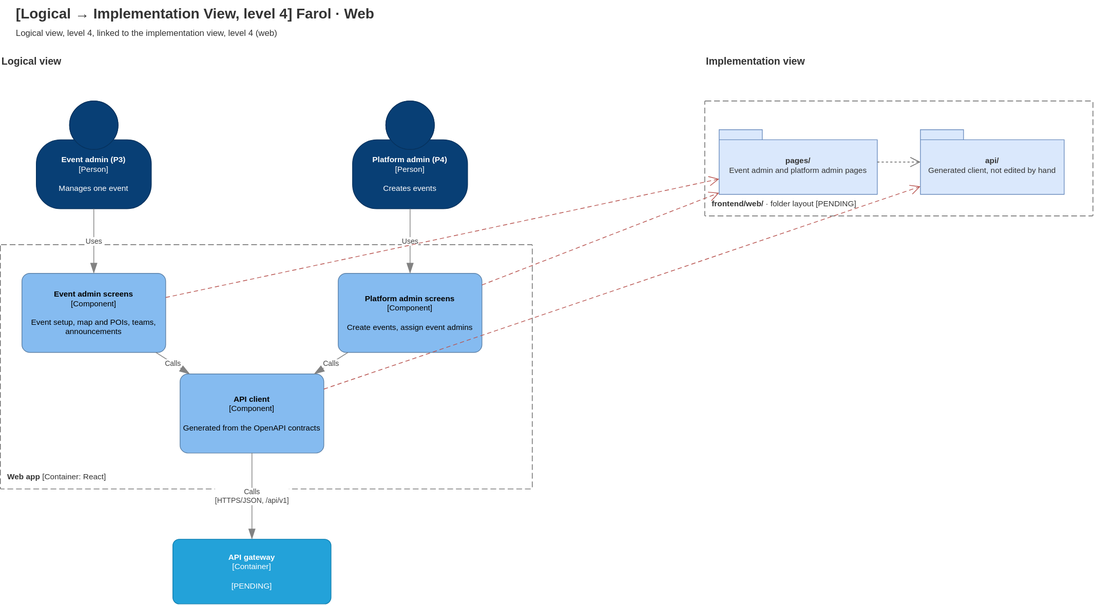
The draw.io diagram Docs/Technical/diagrams/mapping-logical-implementation-level-4-web.drawio.svg in tomasoliveira21/LABDSOF, before a commit. Source tidied: cells renumbered, new cells last; positions are measured from the earlier drawing's top-left corner, leaving out a move shared by most shapes.
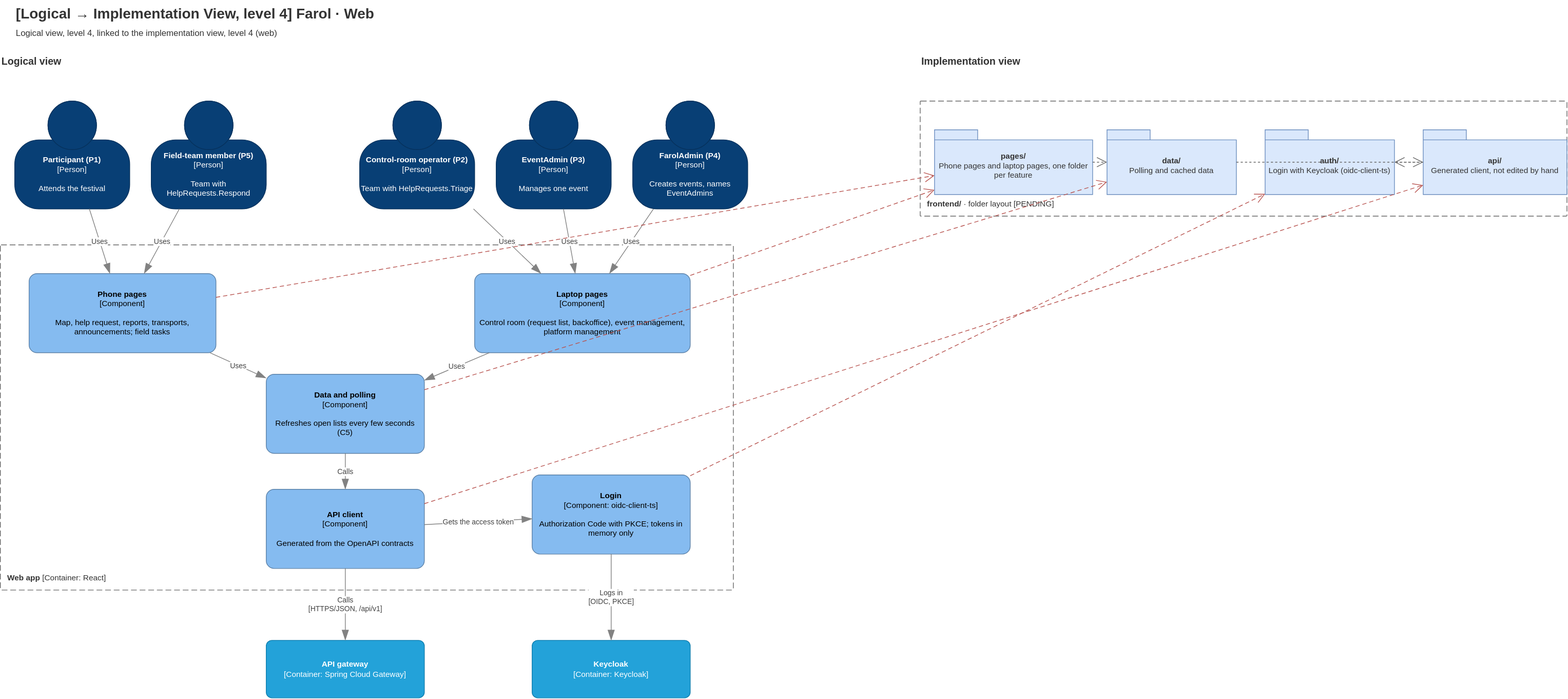
Above is the later version.

What changed in the source:
```diff
@@ -9,62 +9,116 @@
       <mxGeometry y="70" width="400" height="30" as="geometry" />
     </mxCell>
     <mxCell id="4" value="&lt;b&gt;Implementation view&lt;/b&gt;" style="text;html=1;align=left;verticalAlign=middle;fontSize=14;fontColor=#333333;" parent="1" vertex="1">
-      <mxGeometry x="980" y="70" width="400" height="30" as="geometry" />
+      <mxGeometry x="1280" y="70" width="400" height="30" as="geometry" />
     </mxCell>
+    <mxCell id="7" value="&lt;b&gt;Web app&lt;/b&gt; [Container: React]" style="rounded=1;arcSize=2;absoluteArcSize=1;whiteSpace=wrap;html=1;dashed=1;dashPattern=8 4;fillColor=none;strokeColor=#666666;fontColor=#333333;align=left;verticalAlign=bottom;spacing=10;fontSize=11;" parent="1" vertex="1">
+      <mxGeometry y="340" width="1020" height="480" as="geometry" />
+    </mxCell>
+    <mxCell id="24" value="&lt;b&gt;Participant (P1)&lt;/b&gt;&lt;div&gt;[Person]&lt;/div&gt;&lt;br&gt;&lt;div&gt;Attends the festival&lt;/div&gt;" style="html=1;fontSize=11;whiteSpace=wrap;fillColor=#083F75;strokeColor=#06315C;fontColor=#ffffff;shape=mxgraph.c4.person2;align=center;" parent="1" vertex="1">
+      <mxGeometry x="20" y="140" width="160" height="150" as="geometry" />
+    </mxCell>
+    <mxCell id="25" value="&lt;b&gt;Field-team member (P5)&lt;/b&gt;&lt;div&gt;[Person]&lt;/div&gt;&lt;br&gt;&lt;div&gt;Team with HelpRequests.Respond&lt;/div&gt;" style="html=1;fontSize=11;whiteSpace=wrap;fillColor=#083F75;strokeColor=#06315C;fontColor=#ffffff;shape=mxgraph.c4.person2;align=center;" parent="1" vertex="1">
+      <mxGeometry x="210" y="140" width="160" height="150" as="geometry" />
+    </mxCell>
+    <mxCell id="26" value="&lt;b&gt;Control-room operator (P2)&lt;/b&gt;&lt;div&gt;[Person]&lt;/div&gt;&lt;br&gt;&lt;div&gt;Team with HelpRequests.Triage&lt;/div&gt;" style="html=1;fontSize=11;whiteSpace=wrap;fillColor=#083F75;strokeColor=#06315C;fontColor=#ffffff;shape=mxgraph.c4.person2;align=center;" parent="1" vertex="1">
+      <mxGeometry x="500" y="140" width="160" height="150" as="geometry" />
+    </mxCell>
-    <mxCell id="5" value="&lt;b&gt;Event admin (P3)&lt;/b&gt;&lt;div&gt;[Person]&lt;/div&gt;&lt;br&gt;&lt;div&gt;Manages one event&lt;/div&gt;" style="html=1;fontSize=11;whiteSpace=wrap;fillColor=#083F75;strokeColor=#06315C;fontColor=#ffffff;shape=mxgraph.c4.person2;align=center;" parent="1" vertex="1">
-      <mxGeometry x="50" y="140" width="160" height="150" as="geometry" />
+    <mxCell id="5" value="&lt;b&gt;EventAdmin (P3)&lt;/b&gt;&lt;div&gt;[Person]&lt;/div&gt;&lt;br&gt;&lt;div&gt;Manages one event&lt;/div&gt;" style="html=1;fontSize=11;whiteSpace=wrap;fillColor=#083F75;strokeColor=#06315C;fontColor=#ffffff;shape=mxgraph.c4.person2;align=center;" parent="1" vertex="1">
+      <mxGeometry x="690" y="140" width="160" height="150" as="geometry" />
     </mxCell>
-    <mxCell id="6" value="&lt;b&gt;Platform admin (P4)&lt;/b&gt;&lt;div&gt;[Person]&lt;/div&gt;&lt;br&gt;&lt;div&gt;Creates events&lt;/div&gt;" style="html=1;fontSize=11;whiteSpace=wrap;fillColor=#083F75;strokeColor=#06315C;fontColor=#ffffff;shape=mxgraph.c4.person2;align=center;" parent="1" vertex="1">
-      <mxGeometry x="490" y="140" width="160" height="150" as="geometry" />
+    <mxCell id="6" value="&lt;b&gt;FarolAdmin (P4)&lt;/b&gt;&lt;div&gt;[Person]&lt;/div&gt;&lt;br&gt;&lt;div&gt;Creates events, names EventAdmins&lt;/div&gt;" style="html=1;fontSize=11;whiteSpace=wrap;fillColor=#083F75;strokeColor=#06315C;fontColor=#ffffff;shape=mxgraph.c4.person2;align=center;" parent="1" vertex="1">
+      <mxGeometry x="880" y="140" width="160" height="150" as="geometry" />
     </mxCell>
-    <mxCell id="7" value="&lt;b&gt;Web app&lt;/b&gt; [Container: React]" style="rounded=1;arcSize=2;absoluteArcSize=1;whiteSpace=wrap;html=1;dashed=1;dashPattern=8 4;fillColor=none;strokeColor=#666666;fontColor=#333333;align=left;verticalAlign=bottom;spacing=10;fontSize=11;" parent="1" vertex="1">
-      <mxGeometry y="340" width="740" height="340" as="geometry" />
-    </mxCell>
-    <mxCell id="8" value="&lt;b&gt;Event admin screens&lt;/b&gt;&lt;div&gt;[Component]&lt;/div&gt;&lt;br&gt;&lt;div&gt;Event setup, map and POIs, teams, announcements&lt;/div&gt;" style="rounded=1;whiteSpace=wrap;html=1;fillColor=#85BBF0;fontColor=#000000;arcSize=10;strokeColor=#5D82A8;fontSize=11;" parent="1" vertex="1">
-      <mxGeometry x="30" y="380" width="200" height="110" as="geometry" />
-    </mxCell>
-    <mxCell id="9" value="&lt;b&gt;Platform admin screens&lt;/b&gt;&lt;div&gt;[Component]&lt;/div&gt;&lt;br&gt;&lt;div&gt;Create events, assign event admins&lt;/div&gt;" style="rounded=1;whiteSpace=wrap;html=1;fillColor=#85BBF0;fontColor=#000000;arcSize=10;strokeColor=#5D82A8;fontSize=11;" parent="1" vertex="1">
-      <mxGeometry x="470" y="380" width="200" height="110" as="geometry" />
-    </mxCell>
+    <mxCell id="27" value="&lt;b&gt;Phone pages&lt;/b&gt;&lt;div&gt;[Component]&lt;/div&gt;&lt;br&gt;&lt;div&gt;Map, help request, reports, transports, announcements; field tasks&lt;/div&gt;" style="rounded=1;whiteSpace=wrap;html=1;fillColor=#85BBF0;fontColor=#000000;arcSize=10;strokeColor=#5D82A8;fontSize=11;" parent="1" vertex="1">
+      <mxGeometry x="40" y="380" width="260" height="110" as="geometry" />
+    </mxCell>
+    <mxCell id="28" value="&lt;b&gt;Laptop pages&lt;/b&gt;&lt;div&gt;[Component]&lt;/div&gt;&lt;br&gt;&lt;div&gt;Control room (request list, backoffice), event management, platform management&lt;/div&gt;" style="rounded=1;whiteSpace=wrap;html=1;fillColor=#85BBF0;fontColor=#000000;arcSize=10;strokeColor=#5D82A8;fontSize=11;" parent="1" vertex="1">
+      <mxGeometry x="660" y="380" width="300" height="110" as="geometry" />
+    </mxCell>
+    <mxCell id="29" value="&lt;b&gt;Data and polling&lt;/b&gt;&lt;div&gt;[Component]&lt;/div&gt;&lt;br&gt;&lt;div&gt;Refreshes open lists every few seconds (C5)&lt;/div&gt;" style="rounded=1;whiteSpace=wrap;html=1;fillColor=#85BBF0;fontColor=#000000;arcSize=10;strokeColor=#5D82A8;fontSize=11;" parent="1" vertex="1">
+      <mxGeometry x="370" y="520" width="220" height="110" as="geometry" />
+    </mxCell>
+    <mxCell id="30" value="&lt;b&gt;Login&lt;/b&gt;&lt;div&gt;[Component: oidc-client-ts]&lt;/div&gt;&lt;br&gt;&lt;div&gt;Authorization Code with PKCE; tokens in memory only&lt;/div&gt;" style="rounded=1;whiteSpace=wrap;html=1;fillColor=#85BBF0;fontColor=#000000;arcSize=10;strokeColor=#5D82A8;fontSize=11;" parent="1" vertex="1">
+      <mxGeometry x="740" y="660" width="220" height="110" as="geometry" />
+    </mxCell>
     <mxCell id="10" value="&lt;b&gt;API client&lt;/b&gt;&lt;div&gt;[Component]&lt;/div&gt;&lt;br&gt;&lt;div&gt;Generated from the OpenAPI contracts&lt;/div&gt;" style="rounded=1;whiteSpace=wrap;html=1;fillColor=#85BBF0;fontColor=#000000;arcSize=10;strokeColor=#5D82A8;fontSize=11;" parent="1" vertex="1">
-      <mxGeometry x="250" y="520" width="200" height="110" as="geometry" />
+      <mxGeometry x="370" y="680" width="220" height="110" as="geometry" />
     </mxCell>
-    <mxCell id="11" value="&lt;b&gt;API gateway&lt;/b&gt;&lt;div&gt;[Container]&lt;/div&gt;&lt;br&gt;&lt;div&gt;[PENDING]&lt;/div&gt;" style="rounded=1;whiteSpace=wrap;html=1;fillColor=#23A2D9;fontColor=#ffffff;arcSize=10;strokeColor=#0E7DAD;fontSize=11;" parent="1" vertex="1">
-      <mxGeometry x="240" y="750" width="220" height="90" as="geometry" />
+    <mxCell id="11" value="&lt;b&gt;API gateway&lt;/b&gt;&lt;div&gt;[Container: Spring Cloud Gateway]&lt;/div&gt;" style="rounded=1;whiteSpace=wrap;html=1;fillColor=#23A2D9;fontColor=#ffffff;arcSize=10;strokeColor=#0E7DAD;fontSize=11;" parent="1" vertex="1">
+      <mxGeometry x="370" y="890" width="220" height="80" as="geometry" />
     </mxCell>
-    <mxCell id="12" value="Uses" style="endArrow=blockThin;html=1;fontSize=10;fontColor=#404040;endFill=1;strokeColor=#828282;endSize=12;rounded=0;labelBackgroundColor=#ffffff;" parent="1" edge="1" source="5" target="8">
-      <mxGeometry relative="1" as="geometry" />
-    </mxCell>
-    <mxCell id="13" value="Uses" style="endArrow=blockThin;html=1;fontSize=10;fontColor=#404040;endFill=1;strokeColor=#828282;endSize=12;rounded=0;labelBackgroundColor=#ffffff;" parent="1" edge="1" source="6" target="9">
-      <mxGeometry relative="1" as="geometry" />
-    </mxCell>
-    <mxCell id="14" value="Calls" style="endArrow=blockThin;html=1;fontSize=10;fontColor=#404040;endFill=1;strokeColor=#828282;endSize=12;rounded=0;labelBackgroundColor=#ffffff;" parent="1" edge="1" source="8" target="10">
-      <mxGeometry relative="1" as="geometry" />
-    </mxCell>
-    <mxCell id="15" value="Calls" style="endArrow=blockThin;html=1;fontSize=10;fontColor=#404040;endFill=1;strokeColor=#828282;endSize=12;rounded=0;labelBackgroundColor=#ffffff;" parent="1" edge="1" source="9" target="10">
-      <mxGeometry relative="1" as="geometry" />
-    </mxCell>
+    <mxCell id="31" value="&lt;b&gt;Keycloak&lt;/b&gt;&lt;div&gt;[Container: Keycloak]&lt;/div&gt;" style="rounded=1;whiteSpace=wrap;html=1;fillColor=#23A2D9;fontColor=#ffffff;arcSize=10;strokeColor=#0E7DAD;fontSize=11;" parent="1" vertex="1">
+      <mxGeometry x="740" y="890" width="220" height="80" as="geometry" />
+    </mxCell>
+    <mxCell id="32" value="Uses" style="endArrow=blockThin;html=1;fontSize=10;fontColor=#404040;endFill=1;strokeColor=#828282;endSize=12;rounded=0;labelBackgroundColor=#ffffff;" parent="1" edge="1" source="24" target="27">
+      <mxGeometry relative="1" as="geometry" />
+    </mxCell>
+    <mxCell id="33" value="Uses" style="endArrow=blockThin;html=1;fontSize=10;fontColor=#404040;endFill=1;strokeColor=#828282;endSize=12;rounded=0;labelBackgroundColor=#ffffff;" parent="1" edge="1" source="25" target="27">
+      <mxGeometry relative="1" as="geometry" />
+    </mxCell>
+    <mxCell id="34" value="Uses" style="endArrow=blockThin;html=1;fontSize=10;fontColor=#404040;endFill=1;strokeColor=#828282;endSize=12;rounded=0;labelBackgroundColor=#ffffff;" parent="1" edge="1" source="26" target="28">
+      <mxGeometry relative="1" as="geometry" />
+    </mxCell>
+    <mxCell id="35" value="Uses" style="endArrow=blockThin;html=1;fontSize=10;fontColor=#404040;endFill=1;strokeColor=#828282;endSize=12;rounded=0;labelBackgroundColor=#ffffff;" parent="1" edge="1" source="5" target="28">
+      <mxGeometry relative="1" as="geometry" />
+    </mxCell>
+    <mxCell id="36" value="Uses" style="endArrow=blockThin;html=1;fontSize=10;fontColor=#404040;endFill=1;strokeColor=#828282;endSize=12;rounded=0;labelBackgroundColor=#ffffff;" parent="1" edge="1" source="6" target="28">
+      <mxGeometry relative="1" as="geometry" />
+    </mxCell>
+    <mxCell id="37" value="Uses" style="endArrow=blockThin;html=1;fontSize=10;fontColor=#404040;endFill=1;strokeColor=#828282;endSize=12;rounded=0;labelBackgroundColor=#ffffff;" parent="1" edge="1" source="27" target="29">
+      <mxGeometry relative="1" as="geometry" />
+    </mxCell>
+    <mxCell id="38" value="Uses" style="endArrow=blockThin;html=1;fontSize=10;fontColor=#404040;endFill=1;strokeColor=#828282;endSize=12;rounded=0;labelBackgroundColor=#ffffff;" parent="1" edge="1" source="28" target="29">
+      <mxGeometry relative="1" as="geometry" />
+    </mxCell>
+    <mxCell id="39" value="Calls" style="endArrow=blockThin;html=1;fontSize=10;fontColor=#404040;endFill=1;strokeColor=#828282;endSize=12;rounded=0;labelBackgroundColor=#ffffff;" parent="1" edge="1" source="29" target="10">
+      <mxGeometry relative="1" as="geometry" />
+    </mxCell>
+    <mxCell id="40" value="Gets the access token" style="endArrow=blockThin;html=1;fontSize=10;fontColor=#404040;endFill=1;strokeColor=#828282;endSize=12;rounded=0;labelBackgroundColor=#ffffff;" parent="1" edge="1" source="10" target="30">
+      <mxGeometry relative="1" as="geometry" />
+    </mxCell>
     <mxCell id="16" value="Calls&lt;br&gt;[HTTPS/JSON, /api/v1]" style="endArrow=blockThin;html=1;fontSize=10;fontColor=#404040;endFill=1;strokeColor=#828282;endSize=12;rounded=0;labelBackgroundColor=#ffffff;" parent="1" edge="1" source="10" target="11">
       <mxGeometry relative="1" as="geometry" />
     </mxCell>
+    <mxCell id="41" value="Logs in&lt;br&gt;[OIDC, PKCE]" style="endArrow=blockThin;html=1;fontSize=10;fontColor=#404040;endFill=1;strokeColor=#828282;endSize=12;rounded=0;labelBackgroundColor=#ffffff;" parent="1" edge="1" source="30" target="31">
+      <mxGeometry relative="1" as="geometry" />
+    </mxCell>
-    <mxCell id="17" value="&lt;b&gt;frontend/web/&lt;/b&gt; · folder layout [PENDING]" style="rounded=1;arcSize=2;absoluteArcSize=1;whiteSpace=wrap;html=1;dashed=1;dashPattern=8 4;fillColor=none;strokeColor=#666666;fontColor=#333333;align=left;verticalAlign=bottom;spacing=10;fontSize=11;" parent="1" vertex="1">
-      <mxGeometry x="980" y="140" width="540" height="160" as="geometry" />
+    <mxCell id="17" value="&lt;b&gt;frontend/&lt;/b&gt; · folder layout [PENDING]" style="rounded=1;arcSize=2;absoluteArcSize=1;whiteSpace=wrap;html=1;dashed=1;dashPattern=8 4;fillColor=none;strokeColor=#666666;fontColor=#333333;align=left;verticalAlign=bottom;spacing=10;fontSize=11;" parent="1" vertex="1">
+      <mxGeometry x="1280" y="140" width="900" height="160" as="geometry" />
     </mxCell>
-    <mxCell id="18" value="&lt;b&gt;pages/&lt;/b&gt;&lt;br&gt;Event admin and platform admin pages" style="shape=folder;tabWidth=60;tabHeight=14;tabPosition=left;whiteSpace=wrap;html=1;fillColor=#dae8fc;strokeColor=#6c8ebf;fontColor=#333333;fontSize=11;spacingTop=10;" parent="1" vertex="1">
-      <mxGeometry x="1000" y="180" width="220" height="90" as="geometry" />
+    <mxCell id="18" value="&lt;b&gt;pages/&lt;/b&gt;&lt;br&gt;Phone pages and laptop pages, one folder per feature" style="shape=folder;tabWidth=60;tabHeight=14;tabPosition=left;whiteSpace=wrap;html=1;fillColor=#dae8fc;strokeColor=#6c8ebf;fontColor=#333333;fontSize=11;spacingTop=10;" parent="1" vertex="1">
+      <mxGeometry x="1300" y="180" width="220" height="90" as="geometry" />
     </mxCell>
     <mxCell id="19" value="&lt;b&gt;api/&lt;/b&gt;&lt;br&gt;Generated client, not edited by hand" style="shape=folder;tabWidth=60;tabHeight=14;tabPosition=left;whiteSpace=wrap;html=1;fillColor=#dae8fc;strokeColor=#6c8ebf;fontColor=#333333;fontSize=11;spacingTop=10;" parent="1" vertex="1">
-      <mxGeometry x="1280" y="180" width="200" height="90" as="geometry" />
+      <mxGeometry x="1980" y="180" width="200" height="90" as="geometry" />
     </mxCell>
-    <mxCell id="20" style="endArrow=open;dashed=1;html=1;fontSize=10;fontColor=#404040;strokeColor=#666666;endSize=12;rounded=0;labelBackgroundColor=#ffffff;" parent="1" edge="1" source="18" target="19">
+    <mxCell id="20" style="endArrow=open;dashed=1;html=1;fontSize=10;fontColor=#404040;strokeColor=#666666;endSize=12;rounded=0;labelBackgroundColor=#ffffff;" parent="1" edge="1" source="18" target="42">
       <mxGeometry relative="1" as="geometry" />
     </mxCell>
-    <mxCell id="21" style="endArrow=open;dashed=1;dashPattern=6 4;html=1;fontSize=10;fontColor=#404040;strokeColor=#B85450;endSize=12;rounded=0;labelBackgroundColor=#ffffff;" parent="1" edge="1" source="8" target="18">
-      <mxGeometry relative="1" as="geometry" />
-    </mxCell>
-    <mxCell id="22" style="endArrow=open;dashed=1;dashPattern=6 4;html=1;fontSize=10;fontColor=#404040;strokeColor=#B85450;endSize=12;rounded=0;labelBackgroundColor=#ffffff;" parent="1" edge="1" source="9" target="18">
-      <mxGeometry relative="1" as="geometry" />
-    </mxCell>
+    <mxCell id="42" value="&lt;b&gt;data/&lt;/b&gt;&lt;br&gt;Polling and cached data" style="shape=folder;tabWidth=60;tabHeight=14;tabPosition=left;whiteSpace=wrap;html=1;fillColor=#dae8fc;strokeColor=#6c8ebf;fontColor=#333333;fontSize=11;spacingTop=10;" parent="1" vertex="1">
+      <mxGeometry x="1540" y="180" width="180" height="90" as="geometry" />
+    </mxCell>
+    <mxCell id="43" value="&lt;b&gt;auth/&lt;/b&gt;&lt;br&gt;Login with Keycloak (oidc-client-ts)" style="shape=folder;tabWidth=60;tabHeight=14;tabPosition=left;whiteSpace=wrap;html=1;fillColor=#dae8fc;strokeColor=#6c8ebf;fontColor=#333333;fontSize=11;spacingTop=10;" parent="1" vertex="1">
+      <mxGeometry x="1760" y="180" width="180" height="90" as="geometry" />
+    </mxCell>
+    <mxCell id="44" style="endArrow=open;dashed=1;html=1;fontSize=10;fontColor=#404040;strokeColor=#666666;endSize=12;rounded=0;labelBackgroundColor=#ffffff;" parent="1" edge="1" source="42" target="19">
+      <mxGeometry relative="1" as="geometry" />
+    </mxCell>
+    <mxCell id="45" style="endArrow=open;dashed=1;html=1;fontSize=10;fontColor=#404040;strokeColor=#666666;endSize=12;rounded=0;labelBackgroundColor=#ffffff;" parent="1" edge="1" source="19" target="43">
+      <mxGeometry relative="1" as="geometry" />
+    </mxCell>
+    <mxCell id="46" style="endArrow=open;dashed=1;dashPattern=6 4;html=1;fontSize=10;fontColor=#404040;strokeColor=#B85450;endSize=12;rounded=0;labelBackgroundColor=#ffffff;" parent="1" edge="1" source="27" target="18">
+      <mxGeometry relative="1" as="geometry" />
+    </mxCell>
+    <mxCell id="47" style="endArrow=open;dashed=1;dashPattern=6 4;html=1;fontSize=10;fontColor=#404040;strokeColor=#B85450;endSize=12;rounded=0;labelBackgroundColor=#ffffff;" parent="1" edge="1" source="28" target="18">
+      <mxGeometry relative="1" as="geometry" />
+    </mxCell>
+    <mxCell id="48" style="endArrow=open;dashed=1;dashPattern=6 4;html=1;fontSize=10;fontColor=#404040;strokeColor=#B85450;endSize=12;rounded=0;labelBackgroundColor=#ffffff;" parent="1" edge="1" source="29" target="42">
+      <mxGeometry relative="1" as="geometry" />
+    </mxCell>
+    <mxCell id="49" style="endArrow=open;dashed=1;dashPattern=6 4;html=1;fontSize=10;fontColor=#404040;strokeColor=#B85450;endSize=12;rounded=0;labelBackgroundColor=#ffffff;" parent="1" edge="1" source="30" target="43">
+      <mxGeometry relative="1" as="geometry" />
+    </mxCell>
     <mxCell id="23" style="endArrow=open;dashed=1;dashPattern=6 4;html=1;fontSize=10;fontColor=#404040;strokeColor=#B85450;endSize=12;rounded=0;labelBackgroundColor=#ffffff;" parent="1" edge="1" source="10" target="19">
       <mxGeometry relative="1" as="geometry" />
     </mxCell>
```
